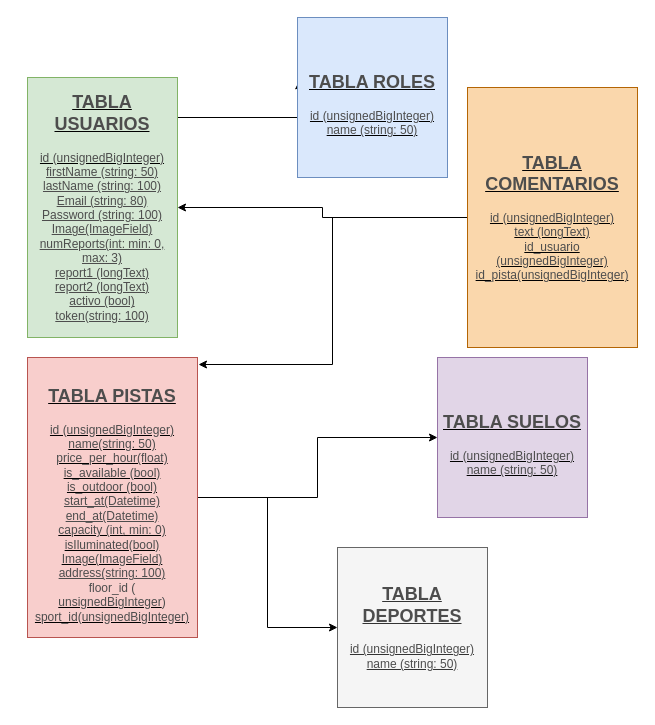
Before: GestionPistas BBDD.drawio in jedahee/Laravel-Backend-Final-Project-Degree, a draw.io diagram. Source tidied: cells renumbered, new cells numbered last; positions are measured from the earlier drawing's top-left corner, leaving out a move shared by most shapes. Both pictures are drawn from the tidied source at 100%, with x=0, y=0 at pixel (27, 17).
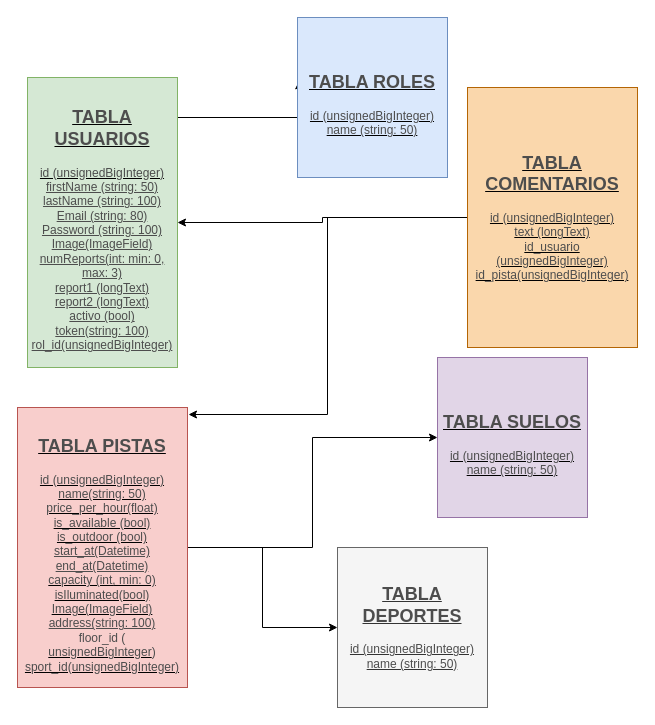
The same diagram, later.

Diff of the diagram source:
```diff
@@
 <mxGraphModel>
   <root>
     <mxCell id="0" />
     <mxCell id="1" parent="0" />
     <mxCell id="2" style="edgeStyle=orthogonalEdgeStyle;rounded=0;jettySize=auto;html=1;entryX=0.011;entryY=0.396;entryDx=0;entryDy=0;entryPerimeter=0;fontFamily=Helvetica;fontColor=#4D4D4D;" parent="1" edge="1" source="3" target="5">
       <mxGeometry relative="1" as="geometry">
         <Array as="points">
           <mxPoint x="140" y="100" />
           <mxPoint x="140" y="100" />
         </Array>
       </mxGeometry>
     </mxCell>
-    <mxCell id="3" value="&lt;h2&gt;&lt;u&gt;&lt;font color=&quot;#4d4d4d&quot;&gt;TABLA USUARIOS&lt;/font&gt;&lt;/u&gt;&lt;/h2&gt;&lt;div&gt;&lt;u&gt;&lt;font color=&quot;#4d4d4d&quot;&gt;id (unsignedBigInteger)&lt;/font&gt;&lt;/u&gt;&lt;/div&gt;&lt;div&gt;&lt;font color=&quot;#4d4d4d&quot;&gt;&lt;u&gt;firstName (string: 50)&lt;/u&gt;&lt;/font&gt;&lt;/div&gt;&lt;div&gt;&lt;u style=&quot;color: rgb(77 , 77 , 77)&quot;&gt;lastName (string: 100)&lt;/u&gt;&lt;font color=&quot;#4d4d4d&quot;&gt;&lt;u&gt;&lt;br&gt;&lt;/u&gt;&lt;/font&gt;&lt;/div&gt;&lt;div&gt;&lt;u style=&quot;color: rgb(77 , 77 , 77)&quot;&gt;Email (string: 80)&lt;/u&gt;&lt;u style=&quot;color: rgb(77 , 77 , 77)&quot;&gt;&lt;br&gt;&lt;/u&gt;&lt;/div&gt;&lt;div&gt;&lt;u style=&quot;color: rgb(77 , 77 , 77)&quot;&gt;Password (string: 100)&lt;/u&gt;&lt;/div&gt;&lt;div&gt;&lt;u style=&quot;color: rgb(77 , 77 , 77)&quot;&gt;Image(ImageField)&lt;/u&gt;&lt;u style=&quot;color: rgb(77 , 77 , 77)&quot;&gt;&lt;br&gt;&lt;/u&gt;&lt;/div&gt;&lt;div&gt;&lt;u style=&quot;color: rgb(77 , 77 , 77)&quot;&gt;numReports(int: min: 0, max: 3)&lt;/u&gt;&lt;u style=&quot;color: rgb(77 , 77 , 77)&quot;&gt;&lt;br&gt;&lt;/u&gt;&lt;/div&gt;&lt;div&gt;&lt;u style=&quot;color: rgb(77 , 77 , 77)&quot;&gt;report1 (longText)&lt;/u&gt;&lt;u style=&quot;color: rgb(77 , 77 , 77)&quot;&gt;&lt;br&gt;&lt;/u&gt;&lt;/div&gt;&lt;div&gt;&lt;u style=&quot;color: rgb(77 , 77 , 77)&quot;&gt;report2 (longText)&lt;/u&gt;&lt;u style=&quot;color: rgb(77 , 77 , 77)&quot;&gt;&lt;br&gt;&lt;/u&gt;&lt;/div&gt;&lt;div&gt;&lt;u style=&quot;color: rgb(77 , 77 , 77)&quot;&gt;activo (bool)&lt;/u&gt;&lt;/div&gt;&lt;div&gt;&lt;u style=&quot;color: rgb(77 , 77 , 77)&quot;&gt;token(string: 100)&lt;/u&gt;&lt;/div&gt;&lt;div&gt;&lt;u style=&quot;color: rgb(77 , 77 , 77)&quot;&gt;&lt;br&gt;&lt;/u&gt;&lt;/div&gt;" style="rounded=0;whiteSpace=wrap;html=1;fillColor=#d5e8d4;strokeColor=#82b366;strokeWidth=1;perimeterSpacing=0;line-height:30px;" parent="1" vertex="1">
-      <mxGeometry y="60" width="150" height="260" as="geometry" />
+    <mxCell id="3" value="&lt;h2&gt;&lt;u&gt;&lt;font color=&quot;#4d4d4d&quot;&gt;TABLA USUARIOS&lt;/font&gt;&lt;/u&gt;&lt;/h2&gt;&lt;div&gt;&lt;u&gt;&lt;font color=&quot;#4d4d4d&quot;&gt;id (unsignedBigInteger)&lt;/font&gt;&lt;/u&gt;&lt;/div&gt;&lt;div&gt;&lt;font color=&quot;#4d4d4d&quot;&gt;&lt;u&gt;firstName (string: 50)&lt;/u&gt;&lt;/font&gt;&lt;/div&gt;&lt;div&gt;&lt;u style=&quot;color: rgb(77 , 77 , 77)&quot;&gt;lastName (string: 100)&lt;/u&gt;&lt;font color=&quot;#4d4d4d&quot;&gt;&lt;u&gt;&lt;br&gt;&lt;/u&gt;&lt;/font&gt;&lt;/div&gt;&lt;div&gt;&lt;u style=&quot;color: rgb(77 , 77 , 77)&quot;&gt;Email (string: 80)&lt;/u&gt;&lt;u style=&quot;color: rgb(77 , 77 , 77)&quot;&gt;&lt;br&gt;&lt;/u&gt;&lt;/div&gt;&lt;div&gt;&lt;u style=&quot;color: rgb(77 , 77 , 77)&quot;&gt;Password (string: 100)&lt;/u&gt;&lt;/div&gt;&lt;div&gt;&lt;u style=&quot;color: rgb(77 , 77 , 77)&quot;&gt;Image(ImageField)&lt;/u&gt;&lt;u style=&quot;color: rgb(77 , 77 , 77)&quot;&gt;&lt;br&gt;&lt;/u&gt;&lt;/div&gt;&lt;div&gt;&lt;u style=&quot;color: rgb(77 , 77 , 77)&quot;&gt;numReports(int: min: 0, max: 3)&lt;/u&gt;&lt;u style=&quot;color: rgb(77 , 77 , 77)&quot;&gt;&lt;br&gt;&lt;/u&gt;&lt;/div&gt;&lt;div&gt;&lt;u style=&quot;color: rgb(77 , 77 , 77)&quot;&gt;report1 (longText)&lt;/u&gt;&lt;u style=&quot;color: rgb(77 , 77 , 77)&quot;&gt;&lt;br&gt;&lt;/u&gt;&lt;/div&gt;&lt;div&gt;&lt;u style=&quot;color: rgb(77 , 77 , 77)&quot;&gt;report2 (longText)&lt;/u&gt;&lt;u style=&quot;color: rgb(77 , 77 , 77)&quot;&gt;&lt;br&gt;&lt;/u&gt;&lt;/div&gt;&lt;div&gt;&lt;u style=&quot;color: rgb(77 , 77 , 77)&quot;&gt;activo (bool)&lt;/u&gt;&lt;/div&gt;&lt;div&gt;&lt;u style=&quot;color: rgb(77 , 77 , 77)&quot;&gt;token(string: 100)&lt;/u&gt;&lt;/div&gt;&lt;div&gt;&lt;u style=&quot;color: rgb(77 , 77 , 77)&quot;&gt;rol_id(unsignedBigInteger)&lt;/u&gt;&lt;/div&gt;" style="rounded=0;whiteSpace=wrap;html=1;fillColor=#d5e8d4;strokeColor=#82b366;strokeWidth=1;perimeterSpacing=0;line-height:30px;" parent="1" vertex="1">
+      <mxGeometry y="60" width="150" height="290" as="geometry" />
     </mxCell>
     <mxCell id="4" value="&lt;h2&gt;&lt;u&gt;&lt;font color=&quot;#4d4d4d&quot;&gt;TABLA SUELOS&lt;/font&gt;&lt;/u&gt;&lt;/h2&gt;&lt;div&gt;&lt;div&gt;&lt;u&gt;&lt;font color=&quot;#4d4d4d&quot;&gt;id (unsignedBigInteger)&lt;/font&gt;&lt;/u&gt;&lt;/div&gt;&lt;/div&gt;&lt;div&gt;&lt;u&gt;&lt;font color=&quot;#4d4d4d&quot;&gt;name (string: 50)&lt;/font&gt;&lt;/u&gt;&lt;u&gt;&lt;font color=&quot;#4d4d4d&quot;&gt;&lt;br&gt;&lt;/font&gt;&lt;/u&gt;&lt;/div&gt;" style="rounded=0;whiteSpace=wrap;html=1;fillColor=#e1d5e7;strokeColor=#9673a6;" parent="1" vertex="1">
       <mxGeometry x="410" y="340" width="150" height="160" as="geometry" />
     </mxCell>
     <mxCell id="5" value="&lt;h2&gt;&lt;u&gt;&lt;font color=&quot;#4d4d4d&quot;&gt;TABLA ROLES&lt;/font&gt;&lt;/u&gt;&lt;/h2&gt;&lt;div&gt;&lt;div&gt;&lt;u&gt;&lt;font color=&quot;#4d4d4d&quot;&gt;id (unsignedBigInteger)&lt;/font&gt;&lt;/u&gt;&lt;/div&gt;&lt;/div&gt;&lt;div&gt;&lt;u&gt;&lt;font color=&quot;#4d4d4d&quot;&gt;name (string: 50)&lt;/font&gt;&lt;/u&gt;&lt;/div&gt;" style="rounded=0;whiteSpace=wrap;html=1;fillColor=#dae8fc;strokeColor=#6c8ebf;" parent="1" vertex="1">
       <mxGeometry x="270" width="150" height="160" as="geometry" />
     </mxCell>
     <mxCell id="6" style="edgeStyle=orthogonalEdgeStyle;rounded=0;jettySize=auto;html=1;fontFamily=Helvetica;fontColor=#4D4D4D;" parent="1" edge="1" source="8" target="4">
       <mxGeometry relative="1" as="geometry" />
     </mxCell>
     <mxCell id="7" style="edgeStyle=orthogonalEdgeStyle;rounded=0;jettySize=auto;html=1;fontFamily=Helvetica;fontColor=#4D4D4D;" parent="1" edge="1" source="8" target="9">
       <mxGeometry relative="1" as="geometry" />
     </mxCell>
     <mxCell id="8" value="&lt;h2&gt;&lt;u&gt;&lt;font color=&quot;#4d4d4d&quot;&gt;TABLA PISTAS&lt;/font&gt;&lt;/u&gt;&lt;/h2&gt;&lt;div&gt;&lt;div&gt;&lt;u&gt;&lt;font color=&quot;#4d4d4d&quot;&gt;id (unsignedBigInteger)&lt;/font&gt;&lt;/u&gt;&lt;/div&gt;&lt;/div&gt;&lt;div&gt;&lt;u&gt;&lt;font color=&quot;#4d4d4d&quot;&gt;name(string: 50)&lt;/font&gt;&lt;/u&gt;&lt;/div&gt;&lt;div&gt;&lt;u&gt;&lt;font color=&quot;#4d4d4d&quot;&gt;price_per_hour(float)&lt;/font&gt;&lt;/u&gt;&lt;/div&gt;&lt;div&gt;&lt;u&gt;&lt;font color=&quot;#4d4d4d&quot;&gt;is_available (bool)&lt;/font&gt;&lt;/u&gt;&lt;/div&gt;&lt;div&gt;&lt;u&gt;&lt;font color=&quot;#4d4d4d&quot;&gt;is_outdoor (bool)&lt;/font&gt;&lt;/u&gt;&lt;/div&gt;&lt;div&gt;&lt;font color=&quot;#4d4d4d&quot;&gt;&lt;u&gt;start_at(Datetime)&lt;/u&gt;&lt;/font&gt;&lt;/div&gt;&lt;div&gt;&lt;u style=&quot;color: rgb(77 , 77 , 77)&quot;&gt;end_at(Datetime)&lt;/u&gt;&lt;font color=&quot;#4d4d4d&quot;&gt;&lt;u&gt;&lt;br&gt;&lt;/u&gt;&lt;/font&gt;&lt;/div&gt;&lt;div&gt;&lt;u&gt;&lt;font color=&quot;#4d4d4d&quot;&gt;capacity (int, min: 0)&lt;/font&gt;&lt;/u&gt;&lt;/div&gt;&lt;div&gt;&lt;u&gt;&lt;font color=&quot;#4d4d4d&quot;&gt;isIluminated(bool)&lt;/font&gt;&lt;/u&gt;&lt;/div&gt;&lt;div&gt;&lt;u&gt;&lt;font color=&quot;#4d4d4d&quot;&gt;Image(ImageField)&lt;/font&gt;&lt;/u&gt;&lt;/div&gt;&lt;div&gt;&lt;font color=&quot;#4d4d4d&quot;&gt;&lt;u&gt;address(string: 100)&lt;/u&gt;&lt;/font&gt;&lt;/div&gt;&lt;div&gt;&lt;font color=&quot;#4d4d4d&quot;&gt;floor_id (&lt;/font&gt;&lt;/div&gt;&lt;u&gt;&lt;font color=&quot;#4d4d4d&quot;&gt;unsignedBigInteger&lt;/font&gt;&lt;/u&gt;&lt;span style=&quot;color: rgb(77 , 77 , 77)&quot;&gt;)&lt;br&gt;&lt;/span&gt;&lt;u&gt;&lt;font color=&quot;#4d4d4d&quot;&gt;sport_id(unsignedBigInteger)&lt;br&gt;&lt;/font&gt;&lt;/u&gt;" style="rounded=0;whiteSpace=wrap;html=1;fillColor=#f8cecc;strokeColor=#b85450;" parent="1" vertex="1">
-      <mxGeometry y="340" width="170" height="280" as="geometry" />
+      <mxGeometry x="-10" y="390" width="170" height="280" as="geometry" />
     </mxCell>
     <mxCell id="9" value="&lt;h2&gt;&lt;u&gt;&lt;font color=&quot;#4d4d4d&quot;&gt;TABLA DEPORTES&lt;/font&gt;&lt;/u&gt;&lt;/h2&gt;&lt;div&gt;&lt;div&gt;&lt;u&gt;&lt;font color=&quot;#4d4d4d&quot;&gt;id (unsignedBigInteger)&lt;/font&gt;&lt;/u&gt;&lt;/div&gt;&lt;/div&gt;&lt;div&gt;&lt;u&gt;&lt;font color=&quot;#4d4d4d&quot;&gt;name (string: 50)&lt;/font&gt;&lt;/u&gt;&lt;/div&gt;&lt;div&gt;&lt;u&gt;&lt;font color=&quot;#4d4d4d&quot;&gt;&lt;br&gt;&lt;/font&gt;&lt;/u&gt;&lt;/div&gt;" style="rounded=0;whiteSpace=wrap;html=1;fillColor=#f5f5f5;strokeColor=#666666;fontColor=#333333;" parent="1" vertex="1">
       <mxGeometry x="310" y="530" width="150" height="160" as="geometry" />
     </mxCell>
     <mxCell id="10" style="edgeStyle=orthogonalEdgeStyle;rounded=0;jettySize=auto;html=1;fontFamily=Helvetica;fontColor=#4D4D4D;" parent="1" edge="1" source="12" target="3">
       <mxGeometry relative="1" as="geometry" />
     </mxCell>
     <mxCell id="11" style="edgeStyle=orthogonalEdgeStyle;rounded=0;jettySize=auto;html=1;entryX=1.006;entryY=0.025;entryDx=0;entryDy=0;entryPerimeter=0;fontFamily=Helvetica;fontColor=#4D4D4D;" parent="1" edge="1" source="12" target="8">
       <mxGeometry relative="1" as="geometry" />
     </mxCell>
     <mxCell id="12" value="&lt;h2&gt;&lt;u&gt;&lt;font color=&quot;#4d4d4d&quot;&gt;TABLA COMENTARIOS&lt;/font&gt;&lt;/u&gt;&lt;/h2&gt;&lt;div&gt;&lt;u&gt;&lt;font color=&quot;#4d4d4d&quot;&gt;id (unsignedBigInteger)&lt;/font&gt;&lt;/u&gt;&lt;/div&gt;&lt;div&gt;&lt;u&gt;&lt;font color=&quot;#4d4d4d&quot;&gt;text (longText)&lt;/font&gt;&lt;/u&gt;&lt;/div&gt;&lt;div&gt;&lt;u&gt;&lt;font color=&quot;#4d4d4d&quot;&gt;id_usuario (unsignedBigInteger)&lt;/font&gt;&lt;/u&gt;&lt;u&gt;&lt;font color=&quot;#4d4d4d&quot;&gt;&lt;br&gt;&lt;/font&gt;&lt;/u&gt;&lt;/div&gt;&lt;div&gt;&lt;u&gt;&lt;font color=&quot;#4d4d4d&quot;&gt;id_pista(unsignedBigInteger)&lt;/font&gt;&lt;/u&gt;&lt;u&gt;&lt;font color=&quot;#4d4d4d&quot;&gt;&lt;br&gt;&lt;/font&gt;&lt;/u&gt;&lt;/div&gt;&lt;div&gt;&lt;br&gt;&lt;/div&gt;" style="rounded=0;whiteSpace=wrap;html=1;fillColor=#fad7ac;strokeColor=#b46504;strokeWidth=1;perimeterSpacing=0;line-height:30px;" parent="1" vertex="1">
       <mxGeometry x="440" y="70" width="170" height="260" as="geometry" />
     </mxCell>
   </root>
 </mxGraphModel>
```
